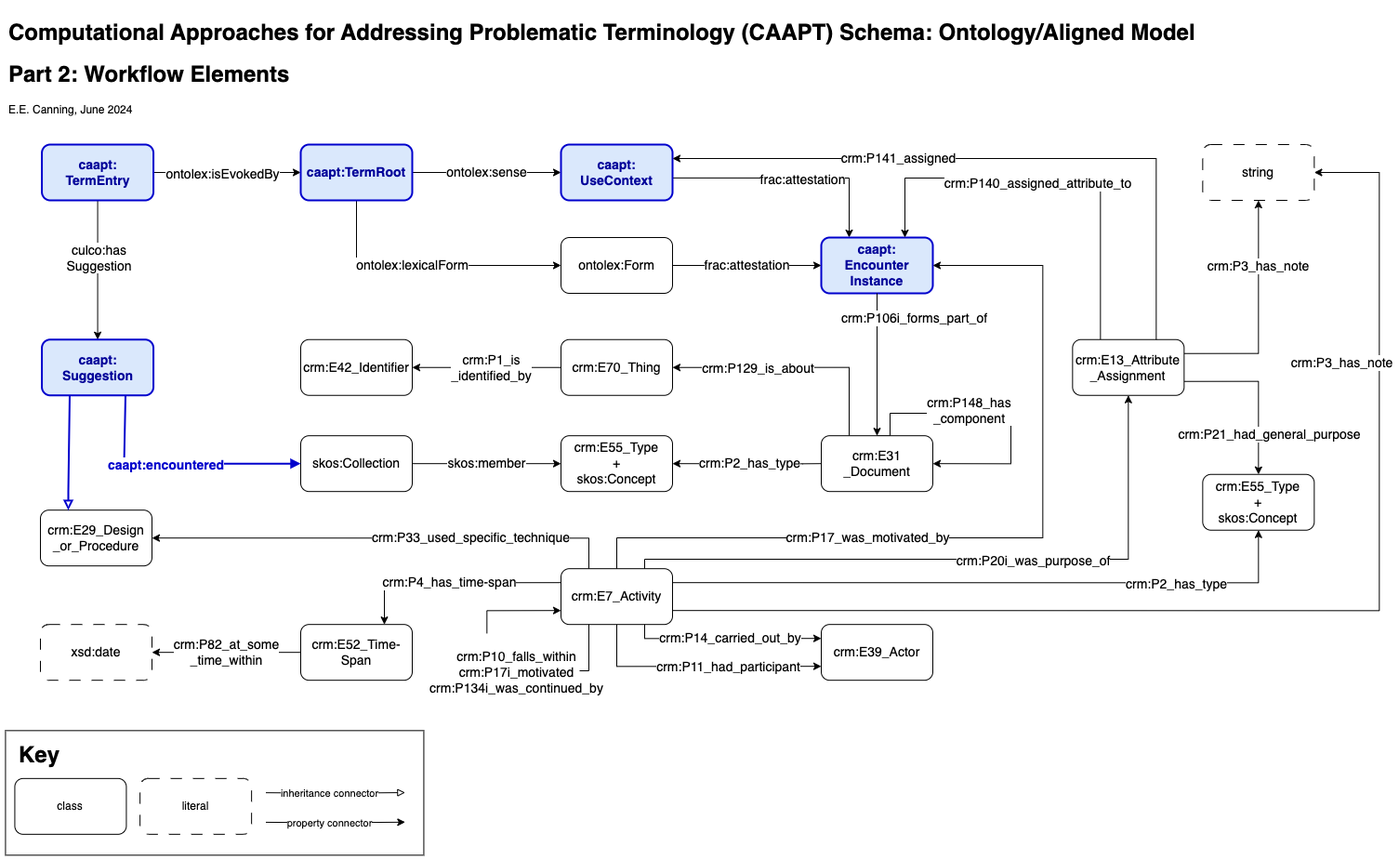
eecanning/caapt keeps this draw.io diagram as img/caapt_v2-model-workflow.png. Above is the earlier version. Source tidied: cells renumbered, new cells last; positions are measured from the earlier drawing's top-left corner, leaving out a move shared by most shapes.
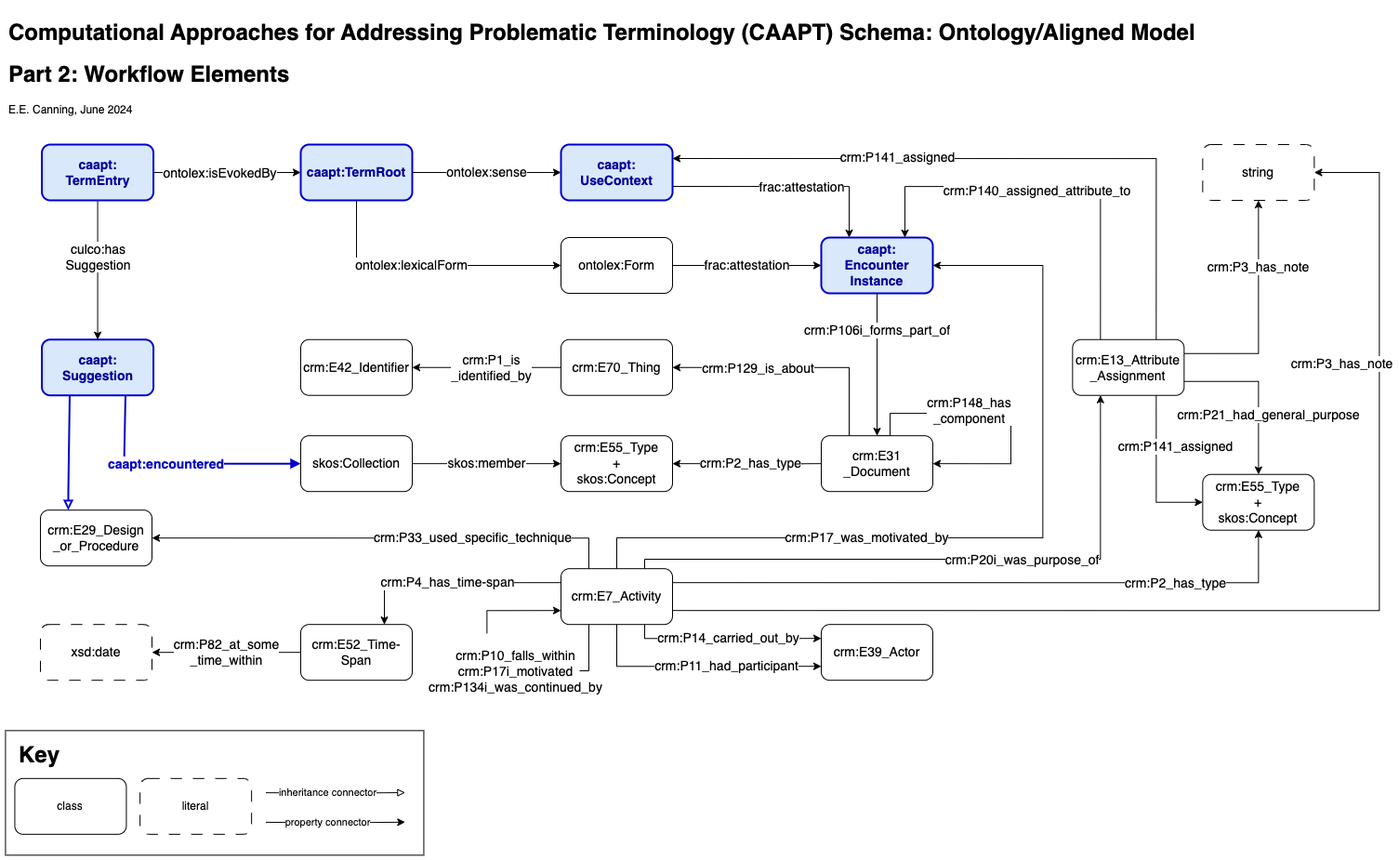
The same diagram one commit later.

What changed in the source:
```diff
@@ -58,17 +58,16 @@
     <mxCell id="15" value="skos:Collection" style="rounded=1;whiteSpace=wrap;html=1;fillColor=#ffffff;fontStyle=0;strokeColor=#000000;fontColor=#000000;fontSize=14;" parent="1" vertex="1">
       <mxGeometry x="319" y="453.2" width="120" height="60" as="geometry" />
     </mxCell>
-    <mxCell id="16" style="edgeStyle=orthogonalEdgeStyle;rounded=0;jettySize=auto;html=1;entryX=0.25;entryY=0;entryDx=0;entryDy=0;fillColor=#f8cecc;strokeColor=#000000;strokeWidth=1;" parent="1" edge="1" target="22">
+    <mxCell id="16" style="edgeStyle=orthogonalEdgeStyle;rounded=0;jettySize=auto;html=1;entryX=0.25;entryY=0;entryDx=0;entryDy=0;fillColor=#f8cecc;strokeColor=#000000;strokeWidth=1;exitX=1;exitY=0.75;exitDx=0;exitDy=0;" parent="1" edge="1" source="18" target="22">
       <mxGeometry relative="1" as="geometry">
-        <mxPoint x="719.3" y="175.9" as="sourcePoint" />
         <Array as="points">
-          <mxPoint x="909.3" y="175.9" />
+          <mxPoint x="909" y="185" />
         </Array>
       </mxGeometry>
     </mxCell>
     <mxCell id="17" value="&lt;font style=&quot;font-size: 14px;&quot;&gt;&lt;span&gt;frac:attestation&lt;/span&gt;&lt;/font&gt;" style="edgeLabel;html=1;align=center;verticalAlign=middle;fontStyle=0;" parent="16" vertex="1">
       <mxGeometry x="0.58" y="1" relative="1" as="geometry">
-        <mxPoint x="-53" y="-10" as="offset" />
+        <mxPoint x="-53" y="-3" as="offset" />
       </mxGeometry>
     </mxCell>
     <mxCell id="18" value="caapt:&lt;br&gt;UseContext" style="rounded=1;whiteSpace=wrap;html=1;fillColor=#dae8fc;strokeColor=#0000CC;fontSize=14;fontStyle=1;strokeWidth=2;fontColor=#000099;" parent="1" vertex="1">
@@ -125,7 +124,7 @@
       </mxGeometry>
     </mxCell>
     <mxCell id="28" value="crm:P106i_forms_part_of" style="edgeStyle=orthogonalEdgeStyle;rounded=0;jettySize=auto;html=1;fontStyle=0;fontColor=#000000;strokeColor=#000000;fontSize=14;exitX=0.5;exitY=1;exitDx=0;exitDy=0;" parent="1" edge="1" source="22" target="33">
-      <mxGeometry x="-0.66" y="40" relative="1" as="geometry" />
+      <mxGeometry x="-0.48" relative="1" as="geometry" />
     </mxCell>
     <mxCell id="29" value="crm:P148_has&lt;br&gt;_component" style="edgeStyle=orthogonalEdgeStyle;rounded=0;orthogonalLoop=1;jettySize=auto;html=1;exitX=0.5;exitY=0;exitDx=0;exitDy=0;entryX=1;entryY=0.5;entryDx=0;entryDy=0;fontStyle=0;fontColor=#000000;strokeColor=#000000;fontSize=14;" parent="1" edge="1" source="33" target="33">
       <mxGeometry x="-0.19" y="3" relative="1" as="geometry">
@@ -202,8 +201,8 @@
     <mxCell id="44" style="edgeStyle=orthogonalEdgeStyle;rounded=0;jettySize=auto;html=1;exitX=0.25;exitY=0;exitDx=0;exitDy=0;entryX=0.75;entryY=0;entryDx=0;entryDy=0;" parent="1" edge="1" source="51" target="22">
       <mxGeometry relative="1" as="geometry">
         <Array as="points">
-          <mxPoint x="1179.3" y="175.9" />
-          <mxPoint x="969.3" y="175.9" />
+          <mxPoint x="1179" y="185" />
+          <mxPoint x="969" y="185" />
         </Array>
       </mxGeometry>
     </mxCell>
@@ -217,14 +216,14 @@
     </mxCell>
     <mxCell id="47" value="&lt;font style=&quot;font-size: 14px;&quot;&gt;crm:P21_had_general_purpose&lt;/font&gt;" style="edgeLabel;html=1;align=center;verticalAlign=middle;" parent="46" vertex="1">
       <mxGeometry x="0.03" y="2" relative="1" as="geometry">
-        <mxPoint x="8" y="42" as="offset" />
+        <mxPoint x="8" y="23" as="offset" />
       </mxGeometry>
     </mxCell>
-    <mxCell id="48" style="edgeStyle=orthogonalEdgeStyle;rounded=0;jettySize=auto;html=1;entryX=0.5;entryY=1;entryDx=0;entryDy=0;exitX=0.75;exitY=0;exitDx=0;exitDy=0;" parent="1" edge="1" source="26" target="51">
+    <mxCell id="48" style="edgeStyle=orthogonalEdgeStyle;rounded=0;jettySize=auto;html=1;entryX=0.25;entryY=1;entryDx=0;entryDy=0;exitX=0.75;exitY=0;exitDx=0;exitDy=0;" parent="1" edge="1" source="26" target="51">
       <mxGeometry relative="1" as="geometry">
         <Array as="points">
-          <mxPoint x="689.3" y="585.9" />
-          <mxPoint x="1209.3" y="585.9" />
+          <mxPoint x="689" y="586" />
+          <mxPoint x="1179" y="586" />
         </Array>
       </mxGeometry>
     </mxCell>
@@ -334,5 +333,17 @@
     <mxCell id="71" value="&lt;div&gt;&lt;font style=&quot;font-size: 14px;&quot;&gt;crm:P10_falls_within&lt;/font&gt;&lt;/div&gt;&lt;div&gt;&lt;font style=&quot;font-size: 14px;&quot;&gt;crm:P17i_motivated&lt;br&gt;&lt;/font&gt;&lt;/div&gt;&lt;font style=&quot;font-size: 14px;&quot;&gt;crm:P134i_was_continued_by&lt;/font&gt;" style="edgeLabel;html=1;align=center;verticalAlign=middle;labelBackgroundColor=none;" parent="1" vertex="1">
       <mxGeometry x="549.3" y="706.2" as="geometry" />
     </mxCell>
+    <mxCell id="72" style="edgeStyle=orthogonalEdgeStyle;rounded=0;jettySize=auto;html=1;exitX=0.75;exitY=1;exitDx=0;exitDy=0;entryX=0;entryY=0.5;entryDx=0;entryDy=0;" parent="1" edge="1" source="51" target="39">
+      <mxGeometry relative="1" as="geometry">
+        <Array as="points">
+          <mxPoint x="1239" y="525" />
+        </Array>
+      </mxGeometry>
+    </mxCell>
+    <mxCell id="73" value="&lt;font style=&quot;font-size: 14px;&quot;&gt;crm:P141_assigned&lt;/font&gt;" style="edgeLabel;html=1;align=center;verticalAlign=middle;" parent="72" vertex="1">
+      <mxGeometry x="0.03" y="2" relative="1" as="geometry">
+        <mxPoint x="18" y="-31" as="offset" />
+      </mxGeometry>
+    </mxCell>
   </root>
 </mxGraphModel>
```
